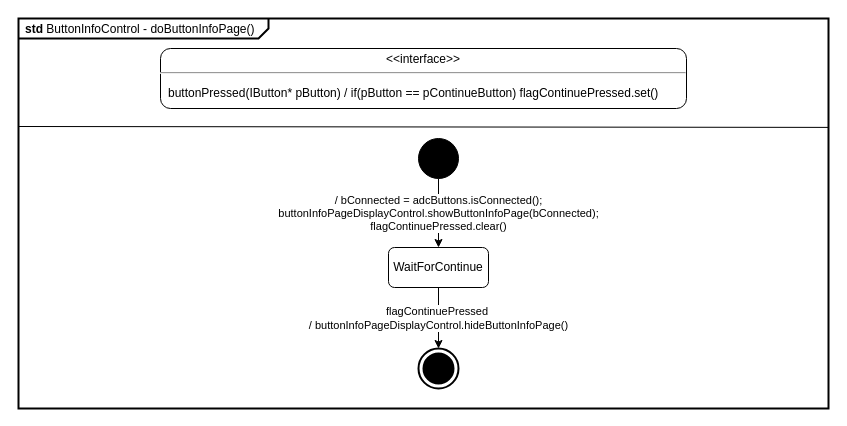
nepbuur1/test_lasergame_2_rework_CleanGUI_godmode keeps this draw.io diagram as page "STD-ButtonInfoControl" (13 of 22) of apps/pong_cleangui_dg_adv/models/pong_dg_adv.drawio. Above is the earlier version. Source tidied: cells renumbered, new cells numbered last; positions are measured from the earlier drawing's top-left corner, leaving out a move shared by most shapes. Both pictures are drawn from the tidied source at 100%, with x=0, y=0 at pixel (18, 18).
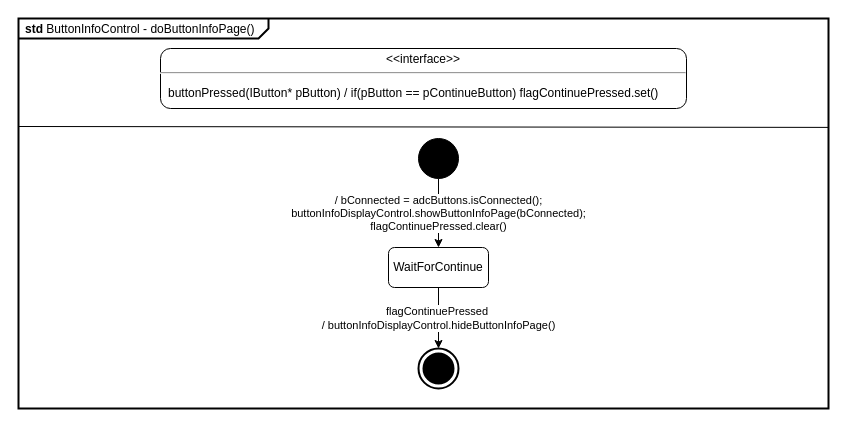
The same page after the edit.

Change to the diagram source:
```diff
@@
 <mxGraphModel>
   <root>
     <mxCell id="0" />
     <mxCell id="1" parent="0" />
     <mxCell id="2" value="&lt;p style=&quot;margin:0px;margin-top:4px;margin-left:7px;text-align:left;&quot;&gt;&lt;b&gt;std&lt;/b&gt;  ButtonInfoControl - doButtonInfoPage()&lt;/p&gt;" style="html=1;shape=mxgraph.sysml.package;overflow=fill;labelX=250;strokeWidth=2;align=center;" parent="1" vertex="1">
       <mxGeometry width="810" height="390" as="geometry" />
     </mxCell>
     <mxCell id="3" value="&lt;p style=&quot;margin: 0px ; margin-top: 4px ; text-align: center&quot;&gt;&amp;lt;&amp;lt;interface&amp;gt;&amp;gt;&lt;/p&gt;&lt;hr&gt;&lt;p&gt;&lt;/p&gt;&lt;p style=&quot;margin: 0px ; margin-left: 8px ; text-align: left&quot;&gt;buttonPressed(IButton* pButton) / if(pButton == pContinueButton) flagContinuePressed.set()&lt;/p&gt;" style="shape=mxgraph.sysml.simpleState;html=1;overflow=fill;whiteSpace=wrap;align=center;" parent="1" vertex="1">
       <mxGeometry x="142" y="30" width="526" height="60" as="geometry" />
     </mxCell>
     <mxCell id="4" style="shape=ellipse;html=1;fillColor=#000000;fontSize=18;fontColor=#ffffff;" parent="1" vertex="1">
       <mxGeometry x="400" y="120" width="40" height="40" as="geometry" />
     </mxCell>
     <mxCell id="5" value="WaitForContinue" style="rounded=1;whiteSpace=wrap;html=1;" parent="1" vertex="1">
       <mxGeometry x="370" y="229" width="100" height="40" as="geometry" />
     </mxCell>
     <mxCell id="6" style="html=1;shape=mxgraph.sysml.actFinal;strokeWidth=2;verticalLabelPosition=bottom;verticalAlignment=top;" parent="1" vertex="1">
       <mxGeometry x="400" y="330" width="40" height="40" as="geometry" />
     </mxCell>
-    <mxCell id="7" value="&lt;div&gt;/ bConnected = adcButtons.isConnected();&lt;/div&gt;&lt;div&gt;buttonInfoPageDisplayControl.showButtonInfoPage(bConnected);&lt;/div&gt;&lt;div&gt;flagContinuePressed.clear()&lt;/div&gt;" style="edgeStyle=orthogonalEdgeStyle;rounded=0;jettySize=auto;html=1;align=center;labelBackgroundColor=default;" parent="1" edge="1" source="4" target="5">
+    <mxCell id="7" value="&lt;div&gt;/ bConnected = adcButtons.isConnected();&lt;/div&gt;&lt;div&gt;buttonInfoDisplayControl.showButtonInfoPage(bConnected);&lt;/div&gt;&lt;div&gt;flagContinuePressed.clear()&lt;/div&gt;" style="edgeStyle=orthogonalEdgeStyle;rounded=0;jettySize=auto;html=1;align=center;labelBackgroundColor=default;" parent="1" edge="1" source="4" target="5">
       <mxGeometry relative="1" as="geometry" />
     </mxCell>
-    <mxCell id="8" value="flagContinuePressed&amp;nbsp;&lt;div&gt;/ buttonInfoPageDisplayControl.hideButtonInfoPage()&lt;/div&gt;" style="edgeStyle=orthogonalEdgeStyle;rounded=0;jettySize=auto;html=1;" parent="1" edge="1" source="5" target="6">
+    <mxCell id="8" value="flagContinuePressed&amp;nbsp;&lt;div&gt;/ buttonInfoDisplayControl.hideButtonInfoPage()&lt;/div&gt;" style="edgeStyle=orthogonalEdgeStyle;rounded=0;jettySize=auto;html=1;" parent="1" edge="1" source="5" target="6">
       <mxGeometry relative="1" as="geometry" />
     </mxCell>
     <mxCell id="9" style="endArrow=none;html=1;rounded=1;" parent="1" edge="1">
       <mxGeometry relative="1" as="geometry">
         <mxPoint y="108" as="sourcePoint" />
         <mxPoint x="810" y="108.9" as="targetPoint" />
       </mxGeometry>
     </mxCell>
   </root>
 </mxGraphModel>
```
